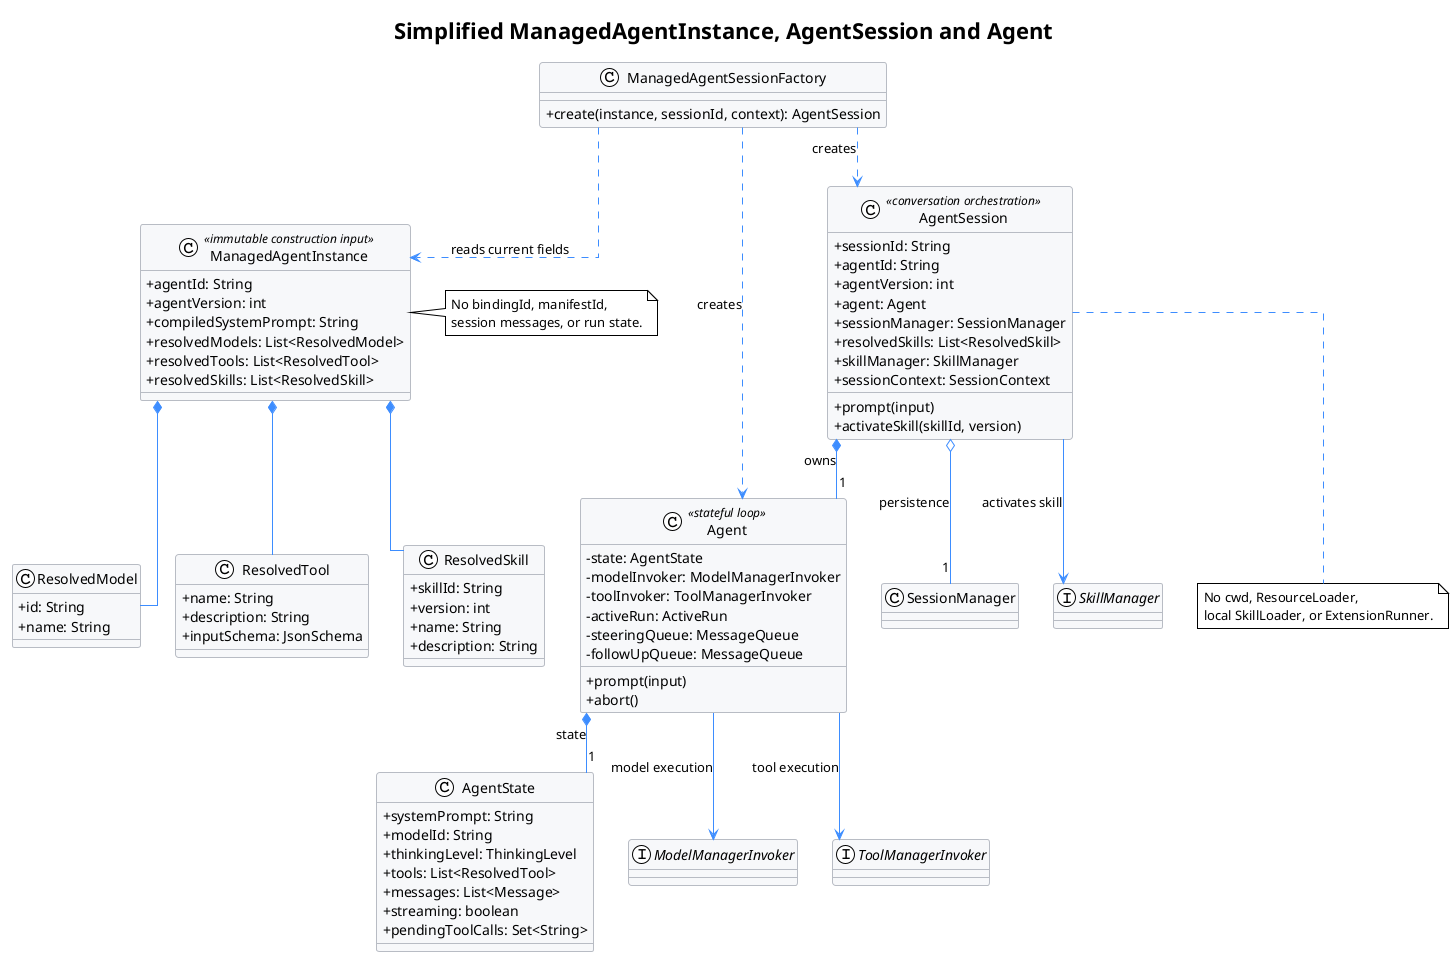
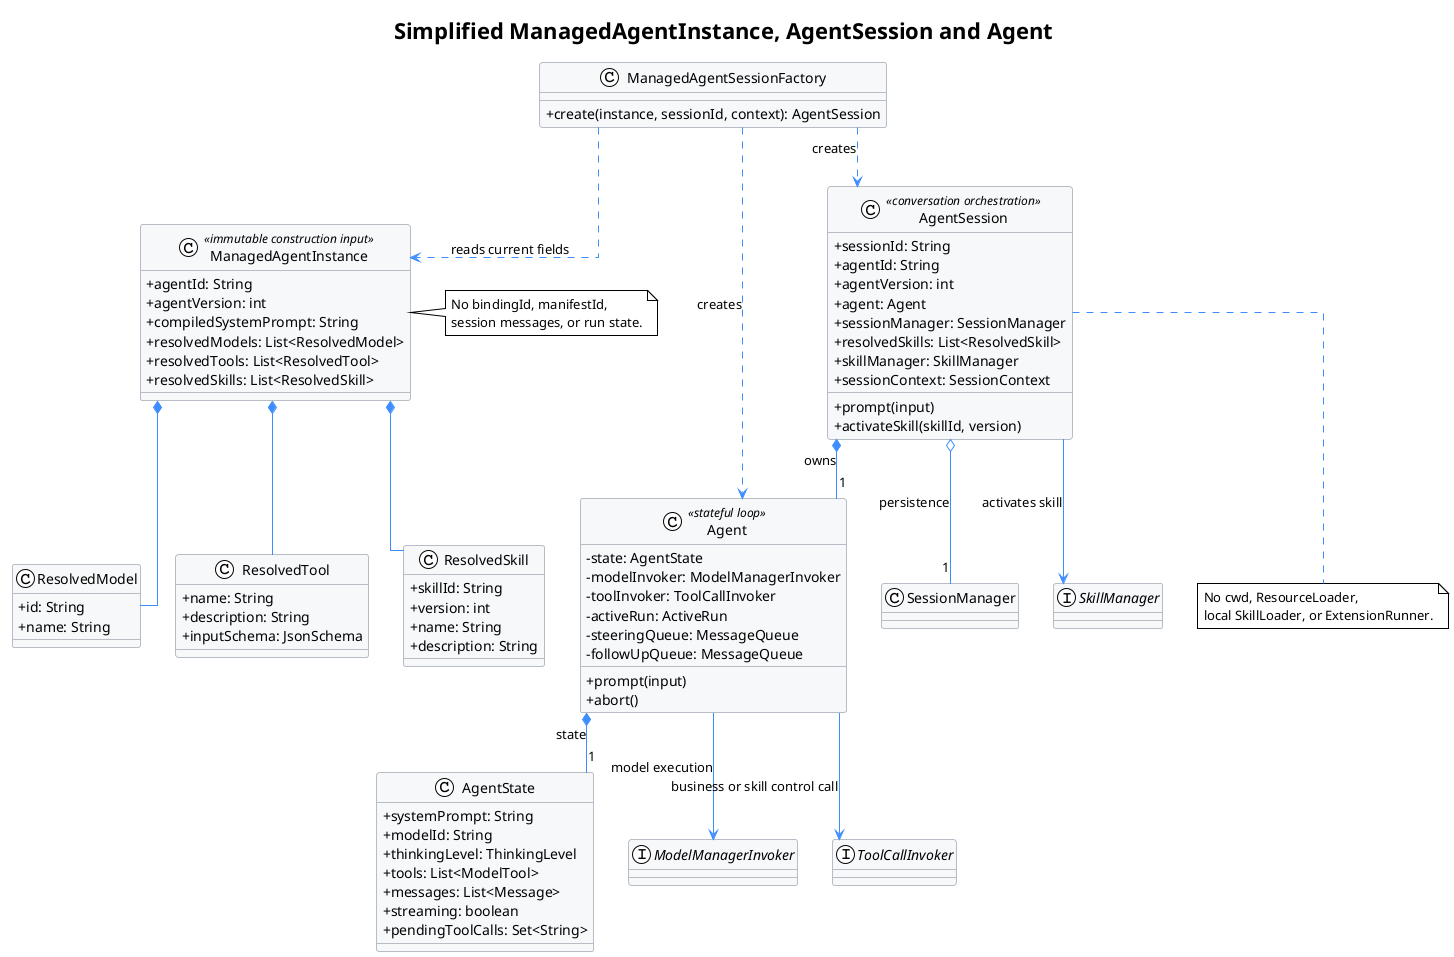
' Source baseline: pi-mono commit 216e672e7c9fc65682553394b74e483c0c9e47f7
' Source baseline: pi-mono-java commit b99871a0321b73606a8f074c42050f28f52fdfca
' Source evidence: packages/coding-agent/src/core/agent-session.ts AgentSession fields and constructor
' Source evidence: packages/agent/src/agent.ts Agent fields and constructor
' Source evidence: packages/agent/src/types.ts AgentState and AgentTool
' Source evidence: modules/coding-agent-cli/src/main/java/com/campusclaw/codingagent/session/AgentSession.java fields and initialize
' Source evidence: modules/agent-core/src/main/java/com/campusclaw/agent/Agent.java fields and constructor
' Target-only architecture: ManagedAgentInstance and manager-backed AgentSession construction are not implemented in either baseline.
' Observed behavior: pi and pi-mono-java create one stateful Agent per AgentSession and keep messages and active run state in that Agent.
' Java divergence: the ToB target removes local resource loaders and replaces local model and tool execution with manager invokers.
' Design reason: keep ManagedAgentInstance as a small immutable construction input and keep all conversation state inside AgentSession and Agent.
@startuml simplified_managed_agent_class
!theme plain
top to bottom direction
skinparam backgroundColor white
skinparam defaultFontName Helvetica
skinparam shadowing false
skinparam linetype ortho
skinparam ArrowColor #3D8DFF
skinparam classBorderColor #B8BCC4
skinparam classBackgroundColor #F7F8FA
skinparam interfaceBorderColor #B8BCC4
skinparam interfaceBackgroundColor #EAF5FB
skinparam classAttributeIconSize 0

title Simplified ManagedAgentInstance, AgentSession and Agent

class ManagedAgentInstance <<immutable construction input>> {
  +agentId: String
  +agentVersion: int
  +compiledSystemPrompt: String
  +resolvedModels: List<ResolvedModel>
  +resolvedTools: List<ResolvedTool>
  +resolvedSkills: List<ResolvedSkill>
}

class ResolvedModel {
  +id: String
  +name: String
}

class ResolvedTool {
  +name: String
  +description: String
  +inputSchema: JsonSchema
}

class ResolvedSkill {
  +skillId: String
  +version: int
  +name: String
  +description: String
}

class ManagedAgentSessionFactory {
  +create(instance, sessionId, context): AgentSession
}

class AgentSession <<conversation orchestration>> {
  +sessionId: String
  +agentId: String
  +agentVersion: int
  +agent: Agent
  +sessionManager: SessionManager
  +resolvedSkills: List<ResolvedSkill>
  +skillManager: SkillManager
  +sessionContext: SessionContext
  +prompt(input)
  +activateSkill(skillId, version)
}

class Agent <<stateful loop>> {
  -state: AgentState
  -modelInvoker: ModelManagerInvoker
-   -toolInvoker: ToolManagerInvoker
+   -toolInvoker: ToolCallInvoker
  -activeRun: ActiveRun
  -steeringQueue: MessageQueue
  -followUpQueue: MessageQueue
  +prompt(input)
  +abort()
}

class AgentState {
  +systemPrompt: String
  +modelId: String
  +thinkingLevel: ThinkingLevel
-   +tools: List<ResolvedTool>
+   +tools: List<ModelTool>
  +messages: List<Message>
  +streaming: boolean
  +pendingToolCalls: Set<String>
}

class SessionManager
interface ModelManagerInvoker
- interface ToolManagerInvoker
+ interface ToolCallInvoker
interface SkillManager

ManagedAgentInstance *-- ResolvedModel
ManagedAgentInstance *-- ResolvedTool
ManagedAgentInstance *-- ResolvedSkill
ManagedAgentSessionFactory ..> ManagedAgentInstance : reads current fields
ManagedAgentSessionFactory ..> Agent : creates
ManagedAgentSessionFactory ..> AgentSession : creates
AgentSession *-- "1" Agent : owns
AgentSession o-- "1" SessionManager : persistence
AgentSession --> SkillManager : activates skill
Agent *-- "1" AgentState : state
Agent --> ModelManagerInvoker : model execution
- Agent --> ToolManagerInvoker : tool execution
+ Agent --> ToolCallInvoker : business or skill control call

note right of ManagedAgentInstance
  No bindingId, manifestId,
  session messages, or run state.
end note

note bottom of AgentSession
  No cwd, ResourceLoader,
  local SkillLoader, or ExtensionRunner.
end note
+ @enduml
+ 
+ ' Source evidence: packages/coding-agent/src/core/agent-session.ts _buildRuntime and _refreshToolRegistry
+ ' Source evidence: packages/agent/src/agent-loop.ts streamAssistantResponse, prepareToolCall, and executePreparedToolCall
+ ' Source evidence: modules/coding-agent-cli/src/main/java/com/campusclaw/codingagent/tool/catalog/DefaultToolCatalog.java buildSnapshot and resolve
+ ' Source evidence: modules/agent-core/src/main/java/com/campusclaw/agent/loop/AgentLoop.java invokeModel and resolveToolCallsSafe
+ ' Source evidence: modules/agent-core/src/main/java/com/campusclaw/agent/tool/ToolExecutionPipeline.java invokeTool
+ ' Target-only architecture: Tool Manager resolution and invocation are not implemented in either baseline.
+ ' Observed behavior: current runtimes discover executable AgentTool objects locally and invoke execute after matching ToolCall by name.
+ ' Java divergence: the target stores only model-facing schemas in the Agent and forwards execution to Tool Manager.
+ ' Design reason: preserve the model ToolCall protocol while moving discovery policy, permission, and execution outside Agent Runtime.
+ @startuml tool_discovery_invocation_comparison
+ !theme plain
+ skinparam backgroundColor white
+ skinparam defaultFontName Helvetica
+ skinparam shadowing false
+ skinparam ArrowColor #3D8DFF
+ skinparam sequenceParticipantBorderColor #B8BCC4
+ skinparam sequenceParticipantBackgroundColor #EAF5FB
+ skinparam sequenceLifeLineBorderColor #B8BCC4
+ 
+ title Tool Discovery and Invocation: Local Baseline vs Manager Target
+ 
+ actor "Container / Session Startup" as Startup
+ participant "Local Tool Sources" as LocalSources
+ participant "ResourceLoader / ToolCatalog" as LocalCatalog
+ participant AgentSession
+ participant Agent
+ participant Model
+ participant "Local AgentTool" as LocalTool
+ participant "Tool Manager" as ToolManager
+ database "Managed Agent Registry" as Registry
+ 
+ == Local baseline ==
+ Startup -> LocalCatalog: refresh local tool sources
+ LocalCatalog -> LocalSources: load built-ins, extensions, Spring, or MCP adapters
+ LocalSources --> LocalCatalog: executable AgentTool definitions
+ LocalCatalog -> LocalCatalog: merge by name and apply selection
+ LocalCatalog --> AgentSession: selected AgentTool list
+ AgentSession -> Agent: set schema plus execute implementation
+ Agent -> Model: request with tool schemas
+ Model --> Agent: ToolCall(name, arguments)
+ Agent -> Agent: find by name and validate arguments
+ Agent -> LocalTool: execute(call id, arguments)
+ LocalTool --> Agent: ToolResult
+ Agent -> Model: continue with ToolResult
+ 
+ == Manager-backed target ==
+ Startup -> ToolManager: resolveAgentTools(agent id, version, tool config)
+ ToolManager -> ToolManager: resolve names, enabled state, permission, and schemas
+ ToolManager --> Startup: ResolvedTool(name, description, input schema)
+ Startup -> Registry: publish complete ManagedAgentInstance
+ Registry --> AgentSession: current ManagedAgentInstance
+ AgentSession -> Agent: set model-facing schemas only
+ Agent -> Model: request with tool schemas
+ Model --> Agent: ToolCall(name, arguments)
+ Agent -> Agent: check name exists in resolved tools
+ Agent -> ToolManager: invoke(agent id, version, session id, name, arguments)
+ ToolManager -> ToolManager: validate, approve if required, and execute
+ ToolManager --> Agent: ToolResult
+ Agent -> Model: continue with ToolResult
+ @enduml
+ 
+ ' Source evidence: packages/coding-agent/src/core/skills.ts loadSkills, loadSkillsFromDir, and formatSkillsForPrompt
+ ' Source evidence: packages/coding-agent/src/core/agent-session.ts _expandSkillCommand
+ ' Source evidence: modules/coding-agent-cli/src/main/java/com/campusclaw/codingagent/skill/SkillLoader.java loadFromDirectory
+ ' Source evidence: modules/coding-agent-cli/src/main/java/com/campusclaw/codingagent/skill/SkillPromptFormatter.java format
+ ' Source evidence: modules/coding-agent-cli/src/main/java/com/campusclaw/codingagent/skill/SkillExpander.java expand
+ ' Target-only architecture: Skill Manager descriptors and activate_skill routing are not implemented in either baseline.
+ ' Observed behavior: current runtimes place skill metadata and a local path in the prompt, then load full SKILL.md content only on demand.
+ ' Java divergence: the target removes local paths and replaces read or direct file expansion with Skill Manager activation.
+ ' Design reason: retain progressive disclosure without granting Agent Runtime local file access.
+ @startuml skill_progressive_loading_comparison
+ !theme plain
+ skinparam backgroundColor white
+ skinparam defaultFontName Helvetica
+ skinparam shadowing false
+ skinparam ArrowColor #3D8DFF
+ skinparam sequenceParticipantBorderColor #B8BCC4
+ skinparam sequenceParticipantBackgroundColor #EAF5FB
+ skinparam sequenceLifeLineBorderColor #B8BCC4
+ 
+ title Skill Progressive Loading: Local Baseline vs Manager Target
+ 
+ actor User
+ actor "Container Startup" as Startup
+ participant "ResourceLoader / SkillLoader" as LocalLoader
+ database "Local SKILL.md Files" as LocalFiles
+ participant AgentSession
+ participant Agent
+ participant Model
+ participant "Local Read Tool" as ReadTool
+ participant "Skill Manager" as SkillManager
+ database "Managed Agent Registry" as Registry
+ 
+ == Local baseline discovery ==
+ LocalLoader -> LocalFiles: scan configured skill directories
+ LocalFiles --> LocalLoader: SKILL.md frontmatter
+ LocalLoader -> LocalLoader: parse name, description, and file path
+ LocalLoader --> AgentSession: Skill descriptors with local locations
+ AgentSession -> Agent: system prompt lists name, description, and location
+ 
+ == Local baseline progressive loading ==
+ alt model selects a skill
+   Agent -> Model: prompt with available skill list
+   Model --> Agent: read(location)
+   Agent -> ReadTool: execute local read
+   ReadTool -> LocalFiles: read SKILL.md body
+   LocalFiles --> Agent: full skill instructions
+ else user selects a skill explicitly
+   User -> AgentSession: /skill:name arguments
+   AgentSession -> LocalFiles: read matched SKILL.md body
+   LocalFiles --> AgentSession: full skill instructions
+   AgentSession -> Agent: expanded skill prompt plus arguments
+ end
+ 
+ == Manager-backed target discovery ==
+ Startup -> SkillManager: describeSkills(skill id and optional version refs)
+ SkillManager --> Startup: ResolvedSkill(id, version, name, description)
+ Startup -> Registry: publish complete ManagedAgentInstance
+ Registry --> AgentSession: current ManagedAgentInstance
+ AgentSession -> Agent: system prompt skill list plus activate_skill schema
+ 
+ == Manager-backed target progressive activation ==
+ alt model selects a skill
+   Agent -> Model: prompt with available skill list
+   Model --> Agent: activate_skill(name)
+   Agent -> Agent: map name to resolved skill id and version
+   Agent -> SkillManager: activate(agent id, version, session id, skill id, skill version)
+   SkillManager --> Agent: full instructions and resources as ToolResult
+   Agent -> Model: continue with full skill instructions
+ else user selects a skill explicitly
+   User -> AgentSession: /skill:name arguments
+   AgentSession -> AgentSession: map name to resolved skill id and version
+   AgentSession -> SkillManager: activate(agent id, version, session id, skill id, skill version)
+   SkillManager --> AgentSession: full instructions and resources
+   AgentSession -> Agent: append activation result and arguments
+   Agent -> Model: continue with full skill instructions
+ end
@enduml

' Source evidence: packages/coding-agent/src/core/sdk.ts createAgentSession
' Source evidence: packages/coding-agent/src/core/agent-session.ts AgentSession constructor
' Source evidence: packages/agent/src/agent.ts Agent constructor and createContextSnapshot
' Source evidence: modules/coding-agent-cli/src/main/java/com/campusclaw/codingagent/session/AgentSession.java initialize
' Target-only architecture: ManagedAgentRegistry and ManagedAgentSessionFactory are new components.
' Observed behavior: current implementations restore messages, create an Agent, and then wrap it in an AgentSession.
' Java divergence: the target reads resolved remote manager data instead of loading local files and executable AgentTool objects.
' Design reason: show exactly which ManagedAgentInstance fields enter Agent and which fields remain session-specific.
@startuml managed_session_agent_creation
!theme plain
skinparam backgroundColor white
skinparam defaultFontName Helvetica
skinparam shadowing false
skinparam ArrowColor #3D8DFF
skinparam sequenceParticipantBorderColor #B8BCC4
skinparam sequenceParticipantBackgroundColor #EAF5FB
skinparam sequenceLifeLineBorderColor #B8BCC4

actor "WebSocket Client" as Client
participant "Managed Session Factory" as Factory
database "Managed Agent Registry" as Registry
database "Session Store" as Store
participant "Model Manager Adapter" as ModelAdapter
participant "Tool Manager Adapter" as ToolAdapter
participant Agent
participant AgentSession

Client -> Factory: create session(agent id, version, session id)
Factory -> Registry: require(agent id, version)
Registry --> Factory: ManagedAgentInstance
Factory -> Factory: select model from resolvedModels
Factory -> Store: open or create session
Store --> Factory: restored messages or empty list
Factory -> ModelAdapter: create(model id)
Factory -> ToolAdapter: create(agent id, version)
Factory -> Agent: create(prompt, model id, tools, messages, invokers)
Agent --> Factory: idle stateful Agent
Factory -> AgentSession: create(agent id, version, Agent, Store, skills)
AgentSession --> Factory: idle AgentSession
Factory --> Client: session created

note over Factory,AgentSession
  Session creation does not call the model.
  Each session owns a new Agent.
end note
@enduml

' Source evidence: packages/agent/src/agent-loop.ts streamAssistantResponse and tool execution flow
' Source evidence: modules/agent-core/src/main/java/com/campusclaw/agent/loop/AgentLoop.java invokeModel and runToolPhase
' Source evidence: modules/coding-agent-cli/src/main/java/com/campusclaw/codingagent/session/AgentSession.java prompt
' Target-only architecture: independent Model, Tool, and Skill managers execute all remote capabilities.
' Observed behavior: current Agent sends system prompt, messages, and tool schemas to the model and executes returned ToolCalls.
' Java divergence: the target forwards execution by existing metadata identifiers and has no local tool or skill file execution.
' Design reason: avoid synthetic binding identifiers and use model id, tool name, and skill id plus version directly.
@startuml tob_manager_call_flow
!theme plain
skinparam backgroundColor white
skinparam defaultFontName Helvetica
skinparam shadowing false
skinparam ArrowColor #3D8DFF
skinparam sequenceParticipantBorderColor #B8BCC4
skinparam sequenceParticipantBackgroundColor #EAF5FB
skinparam sequenceLifeLineBorderColor #B8BCC4

participant AgentSession
participant Agent
participant "Model Manager" as ModelManager
participant "Tool Manager" as ToolManager
participant "Skill Manager" as SkillManager

AgentSession -> Agent: prompt(user message)
Agent -> ModelManager: stream(model id, prompt, messages, tool schemas)
ModelManager --> Agent: text and structured ToolCalls

alt tool call
  Agent -> ToolManager: invoke(agent id, version, tool name, arguments)
  ToolManager -> ToolManager: schema, permission, approval, execution
  ToolManager --> Agent: ToolResult
  Agent -> ModelManager: continue with ToolResult
- else explicit skill activation
+ else model skill activation
+   Agent -> Agent: map skill name to id and version
+   Agent -> SkillManager: activate(agent id, version, session id, skill id, skill version)
+   SkillManager --> Agent: instructions and resources as ToolResult
+   Agent -> ModelManager: continue with ToolResult
+ else explicit user skill activation
  AgentSession -> SkillManager: activate(agent id, version, skill id, skill version)
  SkillManager --> AgentSession: instructions and resources
  AgentSession -> Agent: append instructions to messages
end
@enduml
